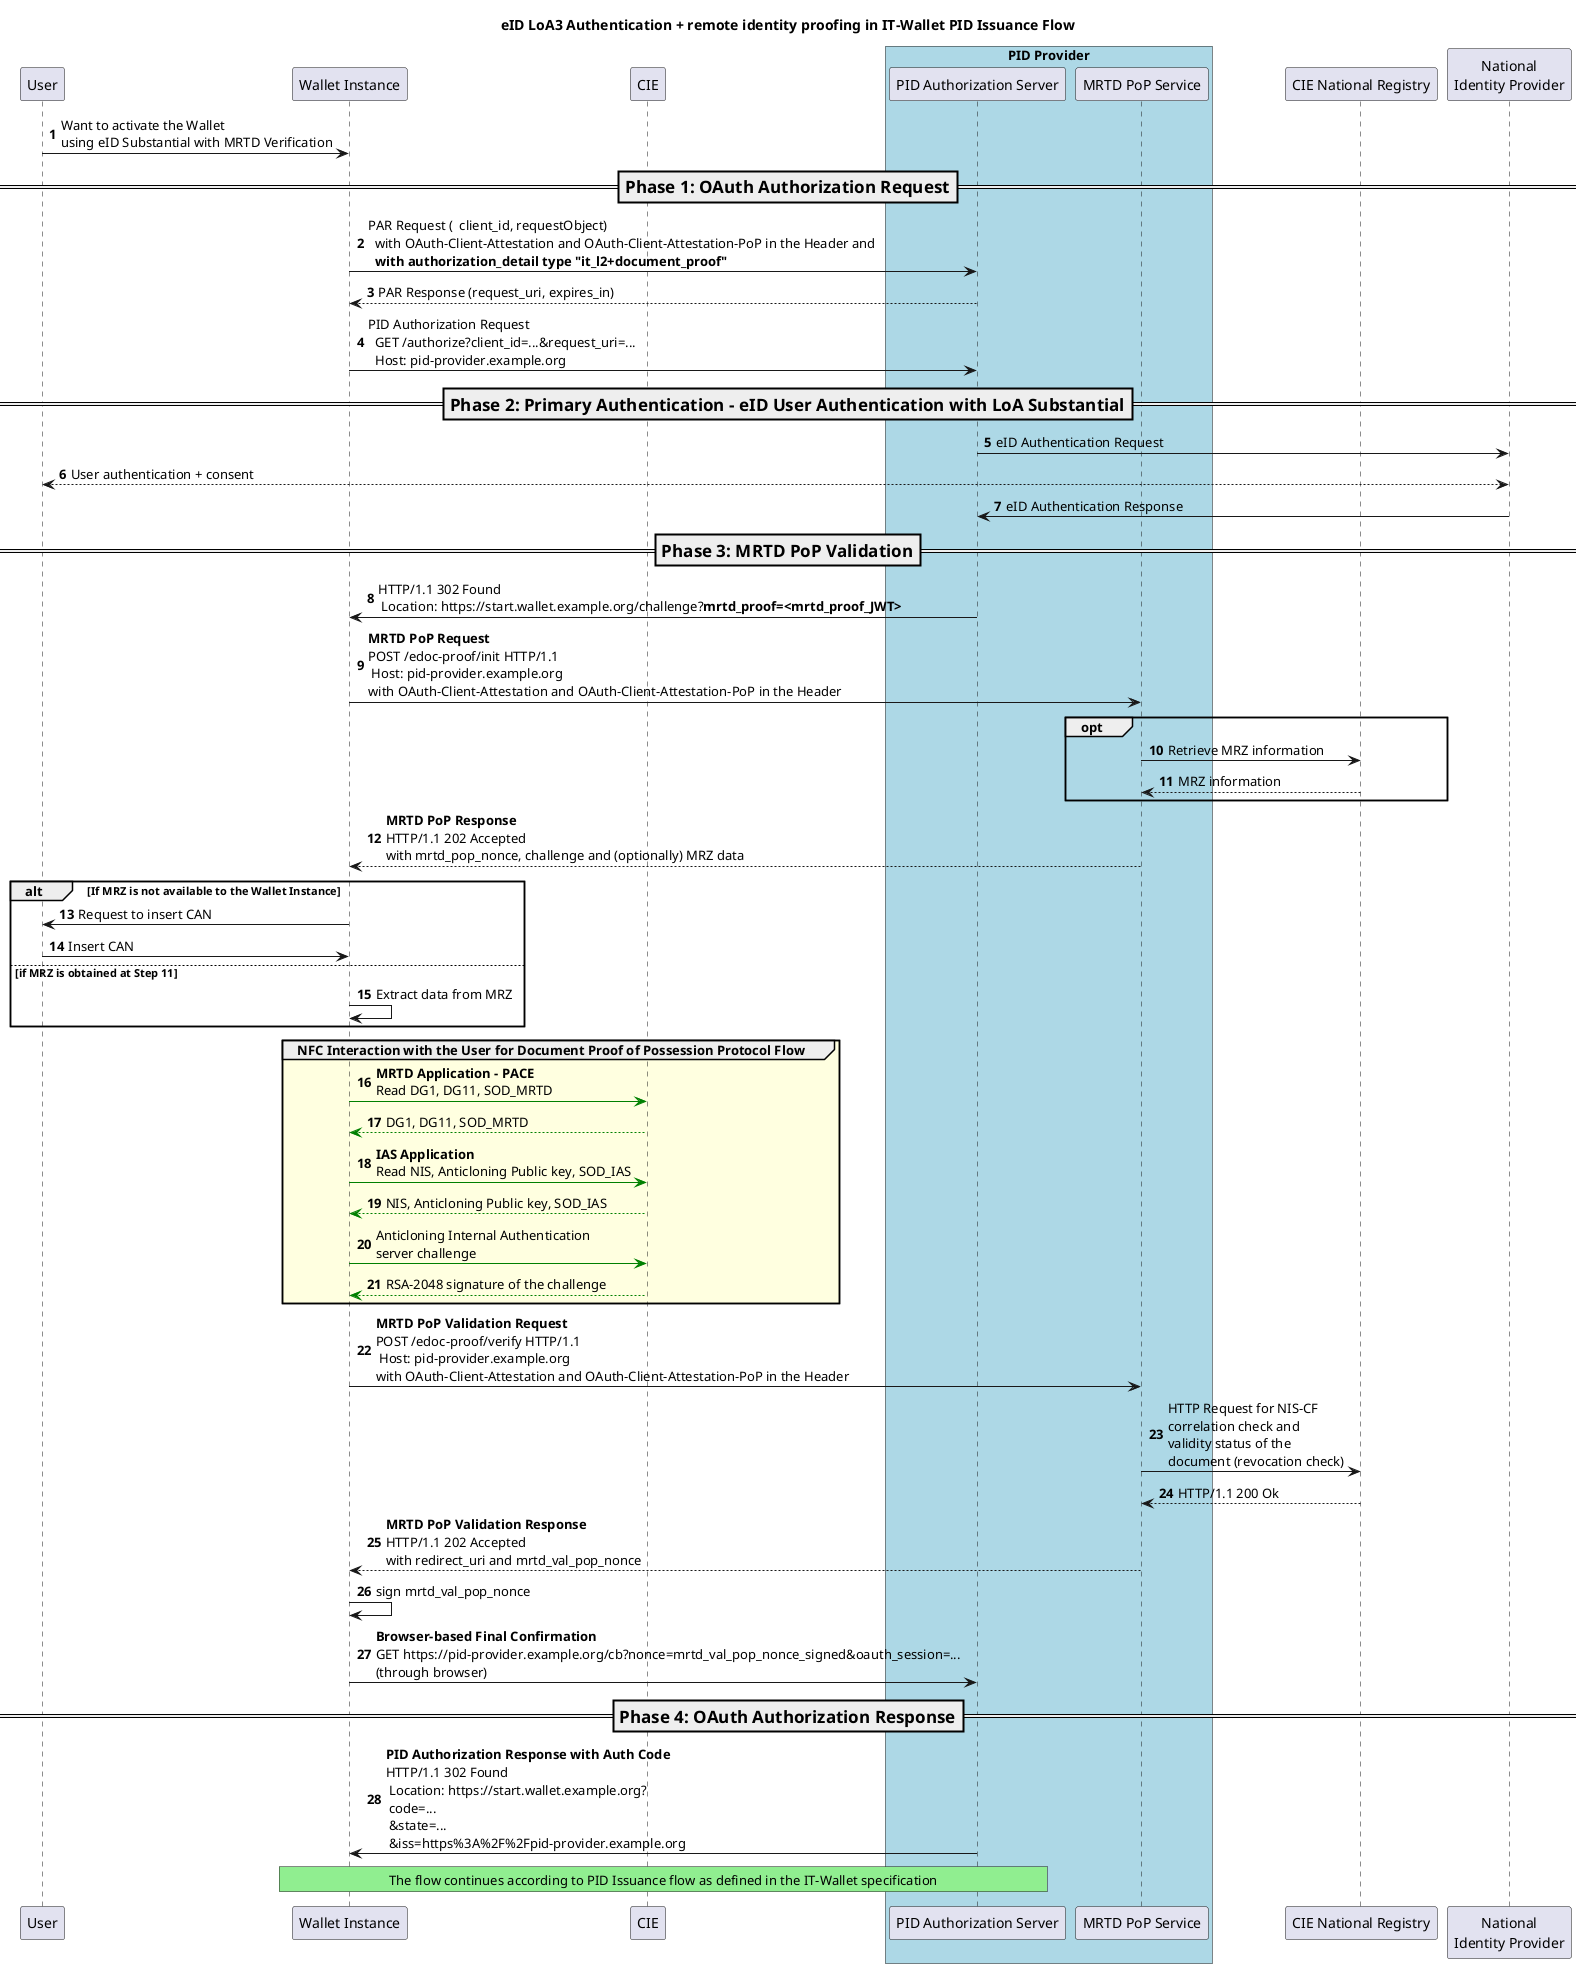
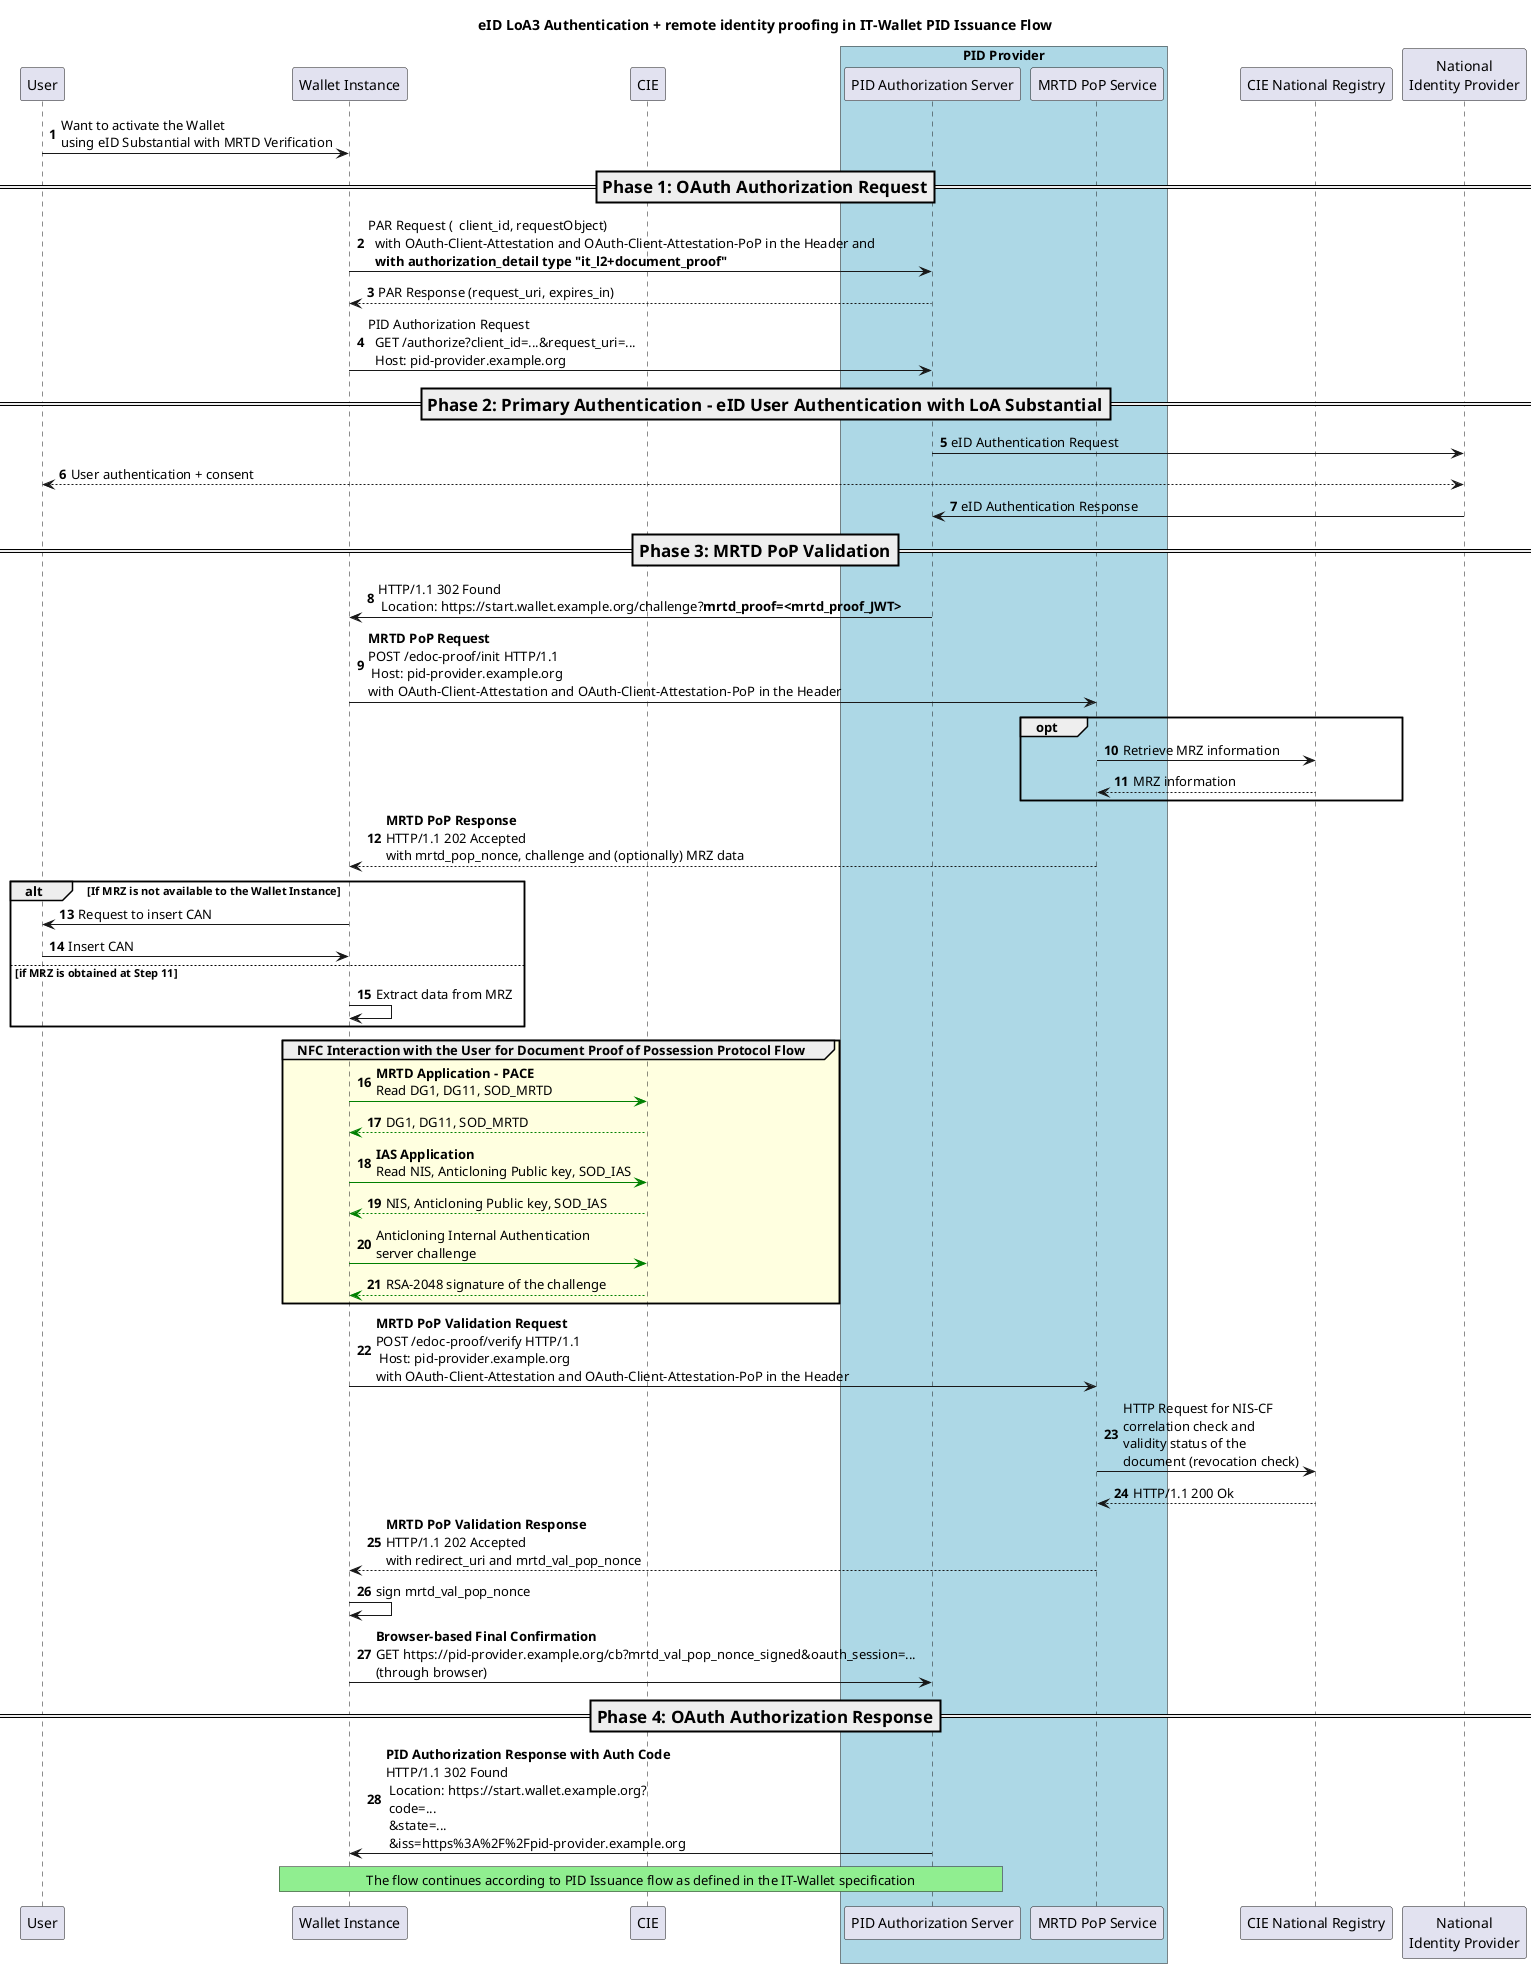
@startuml eID LoA3 Authentication + remote identity proofing in IT-Wallet PID Issuance Flow
'!theme cerulean-outline
autonumber
participant "User" as U
participant "Wallet Instance" as A
participant "CIE" as C
box  "PID Provider" #LightBlue
participant "PID Authorization Server" as AS
participant "MRTD PoP Service" as DPOPS
end box
participant "CIE National Registry" as MIN
participant "National\nIdentity Provider" as IDP


title eID LoA3 Authentication + remote identity proofing in IT-Wallet PID Issuance Flow

U -> A: Want to activate the Wallet \nusing eID Substantial with MRTD Verification

=== Phase 1: OAuth Authorization Request ==
A -> AS : PAR Request (  client_id, requestObject) \n  with OAuth-Client-Attestation and OAuth-Client-Attestation-PoP in the Header and\n  **with authorization_detail type "it_l2+document_proof"**

AS --> A : PAR Response (request_uri, expires_in)
A -> AS: PID Authorization Request \n  GET /authorize?client_id=...&request_uri=...\n  Host: pid-provider.example.org

=== Phase 2: Primary Authentication - eID User Authentication with LoA Substantial ==
AS -> IDP: eID Authentication Request
IDP <--> U: User authentication + consent
IDP -> AS: eID Authentication Response

=== Phase 3: MRTD PoP Validation ==
AS -> A: HTTP/1.1 302 Found\n Location: https://start.wallet.example.org/challenge?**mrtd_proof=<mrtd_proof_JWT>**

A -> DPOPS: **MRTD PoP Request**\nPOST /edoc-proof/init HTTP/1.1\n Host: pid-provider.example.org\nwith OAuth-Client-Attestation and OAuth-Client-Attestation-PoP in the Header

opt
    DPOPS -> MIN:  Retrieve MRZ information
    MIN --> DPOPS: MRZ information
end

DPOPS --> A: **MRTD PoP Response**\nHTTP/1.1 202 Accepted\nwith mrtd_pop_nonce, challenge and (optionally) MRZ data

alt If MRZ is not available to the Wallet Instance
    A -> U: Request to insert CAN
    U -> A: Insert CAN
else if MRZ is obtained at Step 11
    A -> A: Extract data from MRZ
end

group #LightYellow NFC Interaction with the User for Document Proof of Possession Protocol Flow
    A -[#green]> C : **MRTD Application - PACE**\nRead DG1, DG11, SOD_MRTD
    C --[#green]> A : DG1, DG11, SOD_MRTD

    A -[#green]> C : **IAS Application**\nRead NIS, Anticloning Public key, SOD_IAS
    C --[#green]> A : NIS, Anticloning Public key, SOD_IAS
    A -[#green]> C: Anticloning Internal Authentication\nserver challenge
    C --[#green]> A : RSA-2048 signature of the challenge
end

A -> DPOPS: **MRTD PoP Validation Request**\nPOST /edoc-proof/verify HTTP/1.1\n Host: pid-provider.example.org\nwith OAuth-Client-Attestation and OAuth-Client-Attestation-PoP in the Header

DPOPS -> MIN: HTTP Request for NIS-CF \ncorrelation check and\nvalidity status of the \ndocument (revocation check)

MIN --> DPOPS: HTTP/1.1 200 Ok

DPOPS --> A: **MRTD PoP Validation Response**\nHTTP/1.1 202 Accepted\nwith redirect_uri and mrtd_val_pop_nonce

A -> A: sign mrtd_val_pop_nonce

- A -> AS: **Browser-based Final Confirmation**\nGET https://pid-provider.example.org/cb?nonce=mrtd_val_pop_nonce_signed&oauth_session=...\n(through browser)
+ A -> AS: **Browser-based Final Confirmation**\nGET https://pid-provider.example.org/cb?mrtd_val_pop_nonce_signed&oauth_session=...\n(through browser)

=== Phase 4: OAuth Authorization Response ==
AS -> A: **PID Authorization Response with Auth Code**\nHTTP/1.1 302 Found\n Location: https://start.wallet.example.org?\n code=...\n &state=...\n &iss=https%3A%2F%2Fpid-provider.example.org

rnote over A,AS #LIGHTGREEN
The flow continues according to PID Issuance flow as defined in the IT-Wallet specification
endrnote
@enduml